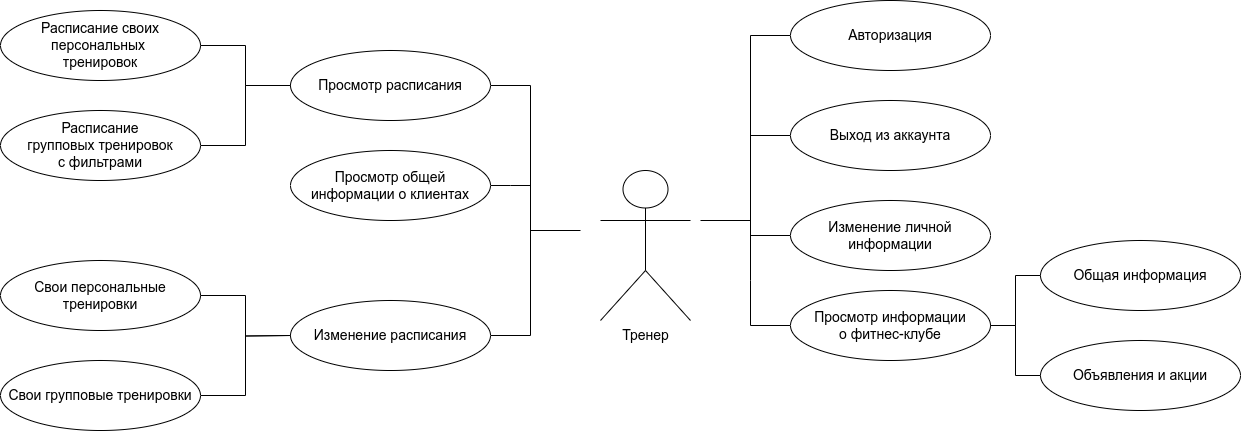
Earlier version of the draw.io export img/usecase-trainer.png (Ananasiika/FlexAirFit). Source tidied: cells renumbered, new cells last; positions are measured from the earlier drawing's top-left corner, leaving out a move shared by most shapes. Source of this version:
```xml
<mxGraphModel>
  <root>
    <mxCell id="0" />
    <mxCell id="1" parent="0" />
    <mxCell id="2" value="&lt;span style=&quot;font-size: 14px&quot;&gt;Тренер&lt;/span&gt;" style="shape=umlActor;verticalLabelPosition=bottom;verticalAlign=top;html=1;" parent="1" vertex="1">
      <mxGeometry x="600" y="170" width="90" height="150" as="geometry" />
    </mxCell>
    <mxCell id="3" style="edgeStyle=orthogonalEdgeStyle;rounded=0;html=1;fontSize=14;endArrow=none;endFill=0;strokeColor=default;exitX=0;exitY=0.5;exitDx=0;exitDy=0;entryX=0;entryY=0.5;entryDx=0;entryDy=0;" parent="1" edge="1" source="11" target="4">
      <mxGeometry relative="1" as="geometry">
        <Array as="points">
          <mxPoint x="750" y="35" />
          <mxPoint x="750" y="235" />
        </Array>
      </mxGeometry>
    </mxCell>
    <mxCell id="4" value="Изменение личной информации" style="ellipse;whiteSpace=wrap;html=1;fontSize=14;" parent="1" vertex="1">
      <mxGeometry x="790" y="200" width="200" height="70" as="geometry" />
    </mxCell>
    <mxCell id="5" style="edgeStyle=orthogonalEdgeStyle;rounded=0;html=1;fontSize=14;endArrow=none;endFill=0;strokeColor=default;exitX=0;exitY=0.5;exitDx=0;exitDy=0;" parent="1" edge="1" source="6">
      <mxGeometry relative="1" as="geometry">
        <mxPoint x="750" y="135" as="targetPoint" />
      </mxGeometry>
    </mxCell>
    <mxCell id="6" value="Выход из аккаунта" style="ellipse;whiteSpace=wrap;html=1;fontSize=14;" parent="1" vertex="1">
      <mxGeometry x="790" y="100" width="200" height="70" as="geometry" />
    </mxCell>
    <mxCell id="7" style="edgeStyle=orthogonalEdgeStyle;html=1;exitX=1;exitY=0.5;exitDx=0;exitDy=0;fontSize=14;strokeColor=default;rounded=0;endArrow=none;endFill=0;" parent="1" edge="1" source="8">
      <mxGeometry relative="1" as="geometry">
        <mxPoint x="530" y="240" as="targetPoint" />
        <Array as="points">
          <mxPoint x="530" y="85" />
        </Array>
      </mxGeometry>
    </mxCell>
    <mxCell id="8" value="Просмотр расписания" style="ellipse;whiteSpace=wrap;html=1;fontSize=14;" parent="1" vertex="1">
      <mxGeometry x="290" y="50" width="200" height="70" as="geometry" />
    </mxCell>
    <mxCell id="9" style="edgeStyle=orthogonalEdgeStyle;rounded=0;html=1;exitX=1;exitY=0.5;exitDx=0;exitDy=0;fontSize=14;endArrow=none;endFill=0;strokeColor=default;" parent="1" edge="1" source="10">
      <mxGeometry relative="1" as="geometry">
        <mxPoint x="530" y="185" as="targetPoint" />
      </mxGeometry>
    </mxCell>
    <mxCell id="10" value="Просмотр общей информации о клиентах" style="ellipse;whiteSpace=wrap;html=1;fontSize=14;" parent="1" vertex="1">
      <mxGeometry x="290" y="150" width="200" height="70" as="geometry" />
    </mxCell>
    <mxCell id="11" value="Авторизация" style="ellipse;whiteSpace=wrap;html=1;fontSize=14;" parent="1" vertex="1">
      <mxGeometry x="790" width="200" height="70" as="geometry" />
    </mxCell>
    <mxCell id="12" style="edgeStyle=orthogonalEdgeStyle;rounded=0;html=1;exitX=0;exitY=0.5;exitDx=0;exitDy=0;endArrow=none;endFill=0;" parent="1" edge="1" source="13">
      <mxGeometry relative="1" as="geometry">
        <mxPoint x="750" y="230" as="targetPoint" />
        <Array as="points">
          <mxPoint x="750" y="325" />
          <mxPoint x="750" y="280" />
        </Array>
      </mxGeometry>
    </mxCell>
    <mxCell id="13" value="Просмотр информации&lt;br&gt;о фитнес-клубе" style="ellipse;whiteSpace=wrap;html=1;fontSize=14;" parent="1" vertex="1">
      <mxGeometry x="790" y="290" width="200" height="70" as="geometry" />
    </mxCell>
    <mxCell id="14" style="edgeStyle=orthogonalEdgeStyle;rounded=0;html=1;endArrow=none;endFill=0;" parent="1" edge="1" source="24">
      <mxGeometry relative="1" as="geometry">
        <mxPoint x="580" y="230" as="targetPoint" />
        <Array as="points">
          <mxPoint x="530" y="335" />
          <mxPoint x="530" y="230" />
        </Array>
      </mxGeometry>
    </mxCell>
    <mxCell id="15" style="endArrow=none;html=1;rounded=0;exitX=0;exitY=0.5;exitDx=0;exitDy=0;entryX=1;entryY=0.5;entryDx=0;entryDy=0;edgeStyle=orthogonalEdgeStyle;" parent="1" edge="1" source="8" target="16">
      <mxGeometry relative="1" as="geometry" />
    </mxCell>
    <mxCell id="16" value="Расписание &lt;br&gt;групповых тренировок&lt;br&gt;с фильтрами" style="ellipse;whiteSpace=wrap;html=1;fontSize=14;" parent="1" vertex="1">
      <mxGeometry y="110" width="200" height="70" as="geometry" />
    </mxCell>
    <mxCell id="17" value="Расписание cвоих персональных&amp;nbsp;&lt;br&gt;тренировок" style="ellipse;whiteSpace=wrap;html=1;fontSize=14;" parent="1" vertex="1">
      <mxGeometry y="10" width="200" height="70" as="geometry" />
    </mxCell>
    <mxCell id="18" style="endArrow=none;html=1;rounded=0;exitX=0;exitY=0.5;exitDx=0;exitDy=0;entryX=1;entryY=0.5;entryDx=0;entryDy=0;edgeStyle=orthogonalEdgeStyle;" parent="1" edge="1" source="8" target="17">
      <mxGeometry relative="1" as="geometry" />
    </mxCell>
    <mxCell id="19" value="Объявления и акции" style="ellipse;whiteSpace=wrap;html=1;fontSize=14;" parent="1" vertex="1">
      <mxGeometry x="1040" y="340" width="200" height="70" as="geometry" />
    </mxCell>
    <mxCell id="20" value="Общая информация" style="ellipse;whiteSpace=wrap;html=1;fontSize=14;" parent="1" vertex="1">
      <mxGeometry x="1040" y="240" width="200" height="70" as="geometry" />
    </mxCell>
    <mxCell id="21" style="endArrow=none;html=1;rounded=0;entryX=0;entryY=0.5;entryDx=0;entryDy=0;exitX=1;exitY=0.5;exitDx=0;exitDy=0;edgeStyle=orthogonalEdgeStyle;" parent="1" edge="1" source="13" target="20">
      <mxGeometry relative="1" as="geometry" />
    </mxCell>
    <mxCell id="22" style="endArrow=none;html=1;rounded=0;entryX=0;entryY=0.5;entryDx=0;entryDy=0;exitX=1;exitY=0.5;exitDx=0;exitDy=0;edgeStyle=orthogonalEdgeStyle;" parent="1" edge="1" source="13" target="19">
      <mxGeometry relative="1" as="geometry" />
    </mxCell>
    <mxCell id="23" style="endArrow=none;html=1;rounded=0;" parent="1" edge="1">
      <mxGeometry relative="1" as="geometry">
        <mxPoint x="700" y="220" as="sourcePoint" />
        <mxPoint x="750" y="220" as="targetPoint" />
      </mxGeometry>
    </mxCell>
    <mxCell id="24" value="Изменение расписания" style="ellipse;whiteSpace=wrap;html=1;fontSize=14;" parent="1" vertex="1">
      <mxGeometry x="290" y="300" width="200" height="70" as="geometry" />
    </mxCell>
    <mxCell id="25" style="endArrow=none;html=1;rounded=0;exitX=0;exitY=0.5;exitDx=0;exitDy=0;entryX=1;entryY=0.5;entryDx=0;entryDy=0;edgeStyle=orthogonalEdgeStyle;" parent="1" edge="1" target="26">
      <mxGeometry relative="1" as="geometry">
        <mxPoint x="290" y="335" as="sourcePoint" />
      </mxGeometry>
    </mxCell>
    <mxCell id="26" value="Свои групповые тренировки" style="ellipse;whiteSpace=wrap;html=1;fontSize=14;" parent="1" vertex="1">
      <mxGeometry y="360" width="200" height="70" as="geometry" />
    </mxCell>
    <mxCell id="27" value="Свои персональные тренировки" style="ellipse;whiteSpace=wrap;html=1;fontSize=14;" parent="1" vertex="1">
      <mxGeometry y="260" width="200" height="70" as="geometry" />
    </mxCell>
    <mxCell id="28" style="endArrow=none;html=1;rounded=0;exitX=0;exitY=0.5;exitDx=0;exitDy=0;entryX=1;entryY=0.5;entryDx=0;entryDy=0;edgeStyle=orthogonalEdgeStyle;" parent="1" edge="1" target="27">
      <mxGeometry relative="1" as="geometry">
        <mxPoint x="290" y="335" as="sourcePoint" />
      </mxGeometry>
    </mxCell>
  </root>
</mxGraphModel>
```
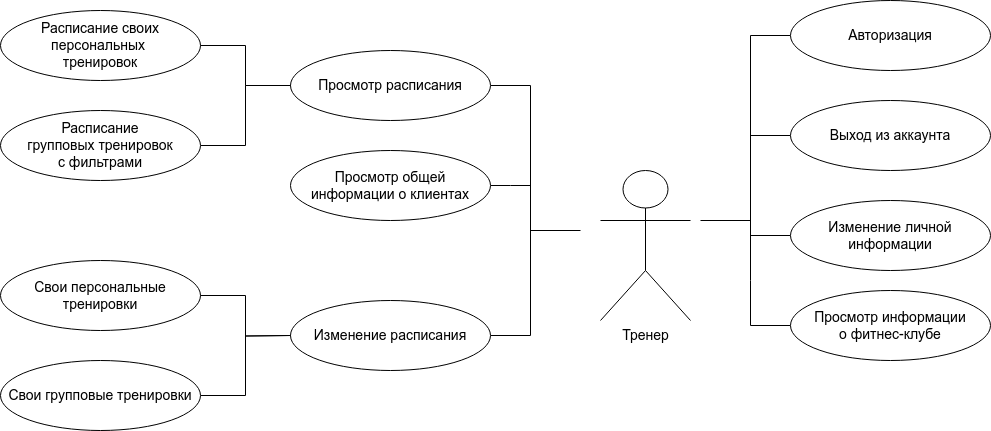
Later version of the same file.

Diff of the diagram source:
```diff
@@ -79,18 +79,6 @@
     <mxCell id="18" style="endArrow=none;html=1;rounded=0;exitX=0;exitY=0.5;exitDx=0;exitDy=0;entryX=1;entryY=0.5;entryDx=0;entryDy=0;edgeStyle=orthogonalEdgeStyle;" parent="1" edge="1" source="8" target="17">
       <mxGeometry relative="1" as="geometry" />
     </mxCell>
-    <mxCell id="19" value="Объявления и акции" style="ellipse;whiteSpace=wrap;html=1;fontSize=14;" parent="1" vertex="1">
-      <mxGeometry x="1040" y="340" width="200" height="70" as="geometry" />
-    </mxCell>
-    <mxCell id="20" value="Общая информация" style="ellipse;whiteSpace=wrap;html=1;fontSize=14;" parent="1" vertex="1">
-      <mxGeometry x="1040" y="240" width="200" height="70" as="geometry" />
-    </mxCell>
-    <mxCell id="21" style="endArrow=none;html=1;rounded=0;entryX=0;entryY=0.5;entryDx=0;entryDy=0;exitX=1;exitY=0.5;exitDx=0;exitDy=0;edgeStyle=orthogonalEdgeStyle;" parent="1" edge="1" source="13" target="20">
-      <mxGeometry relative="1" as="geometry" />
-    </mxCell>
-    <mxCell id="22" style="endArrow=none;html=1;rounded=0;entryX=0;entryY=0.5;entryDx=0;entryDy=0;exitX=1;exitY=0.5;exitDx=0;exitDy=0;edgeStyle=orthogonalEdgeStyle;" parent="1" edge="1" source="13" target="19">
-      <mxGeometry relative="1" as="geometry" />
-    </mxCell>
     <mxCell id="23" style="endArrow=none;html=1;rounded=0;" parent="1" edge="1">
       <mxGeometry relative="1" as="geometry">
         <mxPoint x="700" y="220" as="sourcePoint" />
```
